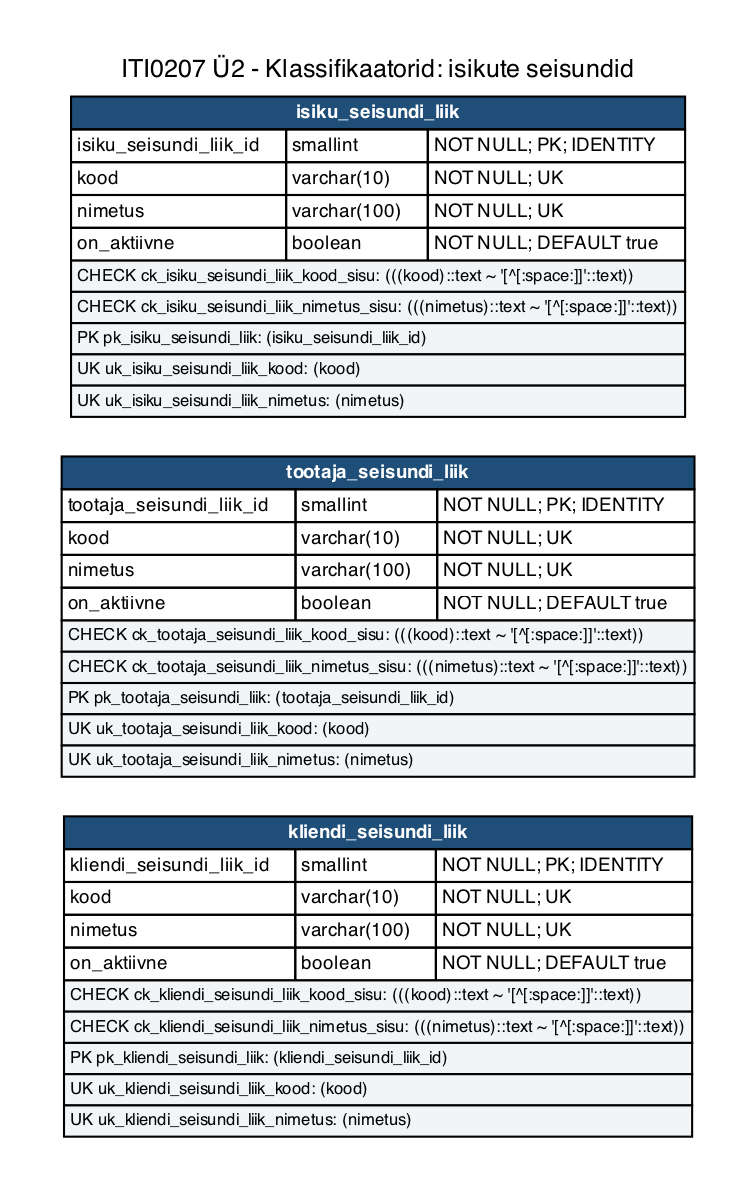
Above: iti0207-epood/docs/diagrams/u2-01a-klassifikaatorid-isikuseisundid.png in tamkivi/andmebaasid-projekt (Graphviz), before the change. Its source is kept beside it as iti0207-epood/docs/diagrams/u2-01a-klassifikaatorid-isikuseisundid.dot.
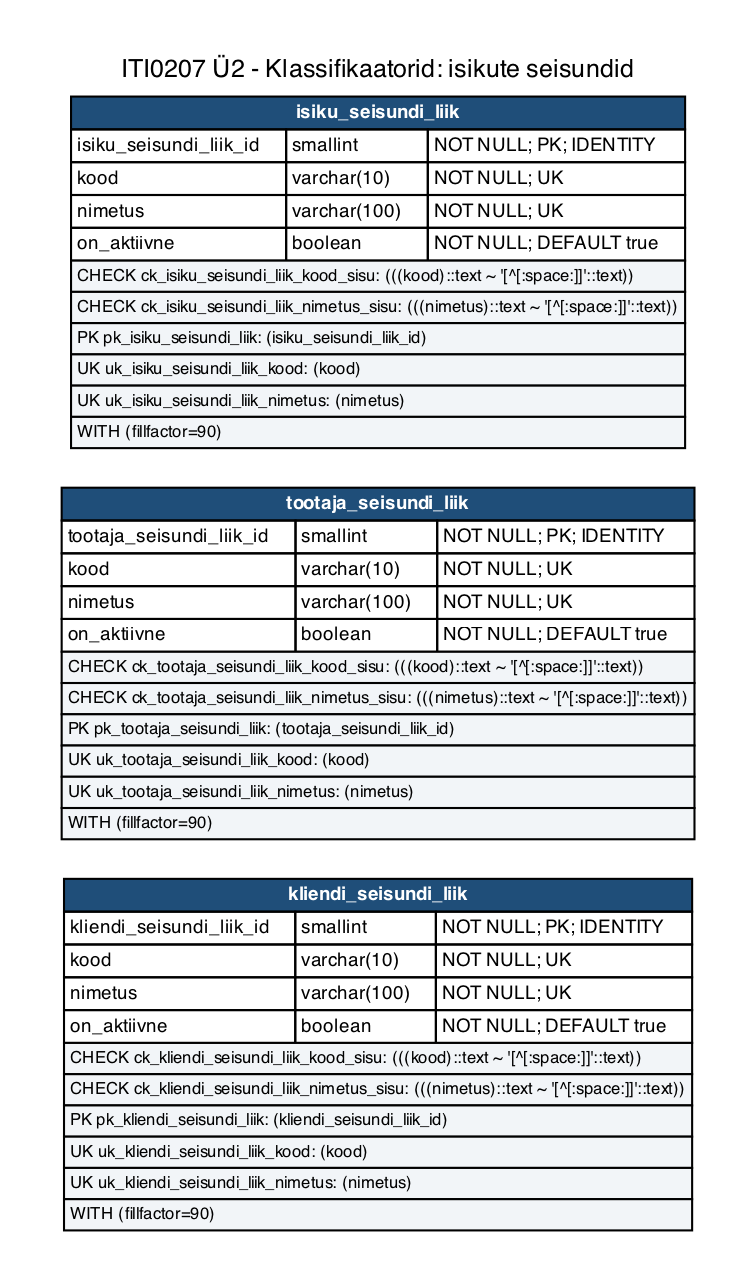
After the change.

Change to the diagram source:
```diff
@@ -5,9 +5,9 @@
   edge [color="#667788", dir=none, fontsize=8, fontname=Helvetica];
   labelloc="t";
   label="ITI0207 Ü2 - Klassifikaatorid: isikute seisundid";
-  "isiku_seisundi_liik" [label=<<TABLE BORDER="0" CELLBORDER="1" CELLSPACING="0" CELLPADDING="2"><TR><TD COLSPAN="3" BGCOLOR="#1f4e79"><FONT COLOR="white"><B>isiku_seisundi_liik</B></FONT></TD></TR><TR><TD ALIGN="LEFT">isiku_seisundi_liik_id</TD><TD ALIGN="LEFT">smallint</TD><TD ALIGN="LEFT">NOT NULL; PK; IDENTITY</TD></TR><TR><TD ALIGN="LEFT">kood</TD><TD ALIGN="LEFT">varchar(10)</TD><TD ALIGN="LEFT">NOT NULL; UK</TD></TR><TR><TD ALIGN="LEFT">nimetus</TD><TD ALIGN="LEFT">varchar(100)</TD><TD ALIGN="LEFT">NOT NULL; UK</TD></TR><TR><TD ALIGN="LEFT">on_aktiivne</TD><TD ALIGN="LEFT">boolean</TD><TD ALIGN="LEFT">NOT NULL; DEFAULT true</TD></TR><TR><TD COLSPAN="3" ALIGN="LEFT" BGCOLOR="#f2f5f8"><FONT POINT-SIZE="8">CHECK ck_isiku_seisundi_liik_kood_sisu: (((kood)::text ~ &#x27;[^[:space:]]&#x27;::text))</FONT></TD></TR><TR><TD COLSPAN="3" ALIGN="LEFT" BGCOLOR="#f2f5f8"><FONT POINT-SIZE="8">CHECK ck_isiku_seisundi_liik_nimetus_sisu: (((nimetus)::text ~ &#x27;[^[:space:]]&#x27;::text))</FONT></TD></TR><TR><TD COLSPAN="3" ALIGN="LEFT" BGCOLOR="#f2f5f8"><FONT POINT-SIZE="8">PK pk_isiku_seisundi_liik: (isiku_seisundi_liik_id)</FONT></TD></TR><TR><TD COLSPAN="3" ALIGN="LEFT" BGCOLOR="#f2f5f8"><FONT POINT-SIZE="8">UK uk_isiku_seisundi_liik_kood: (kood)</FONT></TD></TR><TR><TD COLSPAN="3" ALIGN="LEFT" BGCOLOR="#f2f5f8"><FONT POINT-SIZE="8">UK uk_isiku_seisundi_liik_nimetus: (nimetus)</FONT></TD></TR></TABLE>>];
-  "tootaja_seisundi_liik" [label=<<TABLE BORDER="0" CELLBORDER="1" CELLSPACING="0" CELLPADDING="2"><TR><TD COLSPAN="3" BGCOLOR="#1f4e79"><FONT COLOR="white"><B>tootaja_seisundi_liik</B></FONT></TD></TR><TR><TD ALIGN="LEFT">tootaja_seisundi_liik_id</TD><TD ALIGN="LEFT">smallint</TD><TD ALIGN="LEFT">NOT NULL; PK; IDENTITY</TD></TR><TR><TD ALIGN="LEFT">kood</TD><TD ALIGN="LEFT">varchar(10)</TD><TD ALIGN="LEFT">NOT NULL; UK</TD></TR><TR><TD ALIGN="LEFT">nimetus</TD><TD ALIGN="LEFT">varchar(100)</TD><TD ALIGN="LEFT">NOT NULL; UK</TD></TR><TR><TD ALIGN="LEFT">on_aktiivne</TD><TD ALIGN="LEFT">boolean</TD><TD ALIGN="LEFT">NOT NULL; DEFAULT true</TD></TR><TR><TD COLSPAN="3" ALIGN="LEFT" BGCOLOR="#f2f5f8"><FONT POINT-SIZE="8">CHECK ck_tootaja_seisundi_liik_kood_sisu: (((kood)::text ~ &#x27;[^[:space:]]&#x27;::text))</FONT></TD></TR><TR><TD COLSPAN="3" ALIGN="LEFT" BGCOLOR="#f2f5f8"><FONT POINT-SIZE="8">CHECK ck_tootaja_seisundi_liik_nimetus_sisu: (((nimetus)::text ~ &#x27;[^[:space:]]&#x27;::text))</FONT></TD></TR><TR><TD COLSPAN="3" ALIGN="LEFT" BGCOLOR="#f2f5f8"><FONT POINT-SIZE="8">PK pk_tootaja_seisundi_liik: (tootaja_seisundi_liik_id)</FONT></TD></TR><TR><TD COLSPAN="3" ALIGN="LEFT" BGCOLOR="#f2f5f8"><FONT POINT-SIZE="8">UK uk_tootaja_seisundi_liik_kood: (kood)</FONT></TD></TR><TR><TD COLSPAN="3" ALIGN="LEFT" BGCOLOR="#f2f5f8"><FONT POINT-SIZE="8">UK uk_tootaja_seisundi_liik_nimetus: (nimetus)</FONT></TD></TR></TABLE>>];
-  "kliendi_seisundi_liik" [label=<<TABLE BORDER="0" CELLBORDER="1" CELLSPACING="0" CELLPADDING="2"><TR><TD COLSPAN="3" BGCOLOR="#1f4e79"><FONT COLOR="white"><B>kliendi_seisundi_liik</B></FONT></TD></TR><TR><TD ALIGN="LEFT">kliendi_seisundi_liik_id</TD><TD ALIGN="LEFT">smallint</TD><TD ALIGN="LEFT">NOT NULL; PK; IDENTITY</TD></TR><TR><TD ALIGN="LEFT">kood</TD><TD ALIGN="LEFT">varchar(10)</TD><TD ALIGN="LEFT">NOT NULL; UK</TD></TR><TR><TD ALIGN="LEFT">nimetus</TD><TD ALIGN="LEFT">varchar(100)</TD><TD ALIGN="LEFT">NOT NULL; UK</TD></TR><TR><TD ALIGN="LEFT">on_aktiivne</TD><TD ALIGN="LEFT">boolean</TD><TD ALIGN="LEFT">NOT NULL; DEFAULT true</TD></TR><TR><TD COLSPAN="3" ALIGN="LEFT" BGCOLOR="#f2f5f8"><FONT POINT-SIZE="8">CHECK ck_kliendi_seisundi_liik_kood_sisu: (((kood)::text ~ &#x27;[^[:space:]]&#x27;::text))</FONT></TD></TR><TR><TD COLSPAN="3" ALIGN="LEFT" BGCOLOR="#f2f5f8"><FONT POINT-SIZE="8">CHECK ck_kliendi_seisundi_liik_nimetus_sisu: (((nimetus)::text ~ &#x27;[^[:space:]]&#x27;::text))</FONT></TD></TR><TR><TD COLSPAN="3" ALIGN="LEFT" BGCOLOR="#f2f5f8"><FONT POINT-SIZE="8">PK pk_kliendi_seisundi_liik: (kliendi_seisundi_liik_id)</FONT></TD></TR><TR><TD COLSPAN="3" ALIGN="LEFT" BGCOLOR="#f2f5f8"><FONT POINT-SIZE="8">UK uk_kliendi_seisundi_liik_kood: (kood)</FONT></TD></TR><TR><TD COLSPAN="3" ALIGN="LEFT" BGCOLOR="#f2f5f8"><FONT POINT-SIZE="8">UK uk_kliendi_seisundi_liik_nimetus: (nimetus)</FONT></TD></TR></TABLE>>];
+  "isiku_seisundi_liik" [label=<<TABLE BORDER="0" CELLBORDER="1" CELLSPACING="0" CELLPADDING="2"><TR><TD COLSPAN="3" BGCOLOR="#1f4e79"><FONT COLOR="white"><B>isiku_seisundi_liik</B></FONT></TD></TR><TR><TD ALIGN="LEFT">isiku_seisundi_liik_id</TD><TD ALIGN="LEFT">smallint</TD><TD ALIGN="LEFT">NOT NULL; PK; IDENTITY</TD></TR><TR><TD ALIGN="LEFT">kood</TD><TD ALIGN="LEFT">varchar(10)</TD><TD ALIGN="LEFT">NOT NULL; UK</TD></TR><TR><TD ALIGN="LEFT">nimetus</TD><TD ALIGN="LEFT">varchar(100)</TD><TD ALIGN="LEFT">NOT NULL; UK</TD></TR><TR><TD ALIGN="LEFT">on_aktiivne</TD><TD ALIGN="LEFT">boolean</TD><TD ALIGN="LEFT">NOT NULL; DEFAULT true</TD></TR><TR><TD COLSPAN="3" ALIGN="LEFT" BGCOLOR="#f2f5f8"><FONT POINT-SIZE="8">CHECK ck_isiku_seisundi_liik_kood_sisu: (((kood)::text ~ &#x27;[^[:space:]]&#x27;::text))</FONT></TD></TR><TR><TD COLSPAN="3" ALIGN="LEFT" BGCOLOR="#f2f5f8"><FONT POINT-SIZE="8">CHECK ck_isiku_seisundi_liik_nimetus_sisu: (((nimetus)::text ~ &#x27;[^[:space:]]&#x27;::text))</FONT></TD></TR><TR><TD COLSPAN="3" ALIGN="LEFT" BGCOLOR="#f2f5f8"><FONT POINT-SIZE="8">PK pk_isiku_seisundi_liik: (isiku_seisundi_liik_id)</FONT></TD></TR><TR><TD COLSPAN="3" ALIGN="LEFT" BGCOLOR="#f2f5f8"><FONT POINT-SIZE="8">UK uk_isiku_seisundi_liik_kood: (kood)</FONT></TD></TR><TR><TD COLSPAN="3" ALIGN="LEFT" BGCOLOR="#f2f5f8"><FONT POINT-SIZE="8">UK uk_isiku_seisundi_liik_nimetus: (nimetus)</FONT></TD></TR><TR><TD COLSPAN="3" ALIGN="LEFT" BGCOLOR="#f2f5f8"><FONT POINT-SIZE="8">WITH (fillfactor=90)</FONT></TD></TR></TABLE>>];
+  "tootaja_seisundi_liik" [label=<<TABLE BORDER="0" CELLBORDER="1" CELLSPACING="0" CELLPADDING="2"><TR><TD COLSPAN="3" BGCOLOR="#1f4e79"><FONT COLOR="white"><B>tootaja_seisundi_liik</B></FONT></TD></TR><TR><TD ALIGN="LEFT">tootaja_seisundi_liik_id</TD><TD ALIGN="LEFT">smallint</TD><TD ALIGN="LEFT">NOT NULL; PK; IDENTITY</TD></TR><TR><TD ALIGN="LEFT">kood</TD><TD ALIGN="LEFT">varchar(10)</TD><TD ALIGN="LEFT">NOT NULL; UK</TD></TR><TR><TD ALIGN="LEFT">nimetus</TD><TD ALIGN="LEFT">varchar(100)</TD><TD ALIGN="LEFT">NOT NULL; UK</TD></TR><TR><TD ALIGN="LEFT">on_aktiivne</TD><TD ALIGN="LEFT">boolean</TD><TD ALIGN="LEFT">NOT NULL; DEFAULT true</TD></TR><TR><TD COLSPAN="3" ALIGN="LEFT" BGCOLOR="#f2f5f8"><FONT POINT-SIZE="8">CHECK ck_tootaja_seisundi_liik_kood_sisu: (((kood)::text ~ &#x27;[^[:space:]]&#x27;::text))</FONT></TD></TR><TR><TD COLSPAN="3" ALIGN="LEFT" BGCOLOR="#f2f5f8"><FONT POINT-SIZE="8">CHECK ck_tootaja_seisundi_liik_nimetus_sisu: (((nimetus)::text ~ &#x27;[^[:space:]]&#x27;::text))</FONT></TD></TR><TR><TD COLSPAN="3" ALIGN="LEFT" BGCOLOR="#f2f5f8"><FONT POINT-SIZE="8">PK pk_tootaja_seisundi_liik: (tootaja_seisundi_liik_id)</FONT></TD></TR><TR><TD COLSPAN="3" ALIGN="LEFT" BGCOLOR="#f2f5f8"><FONT POINT-SIZE="8">UK uk_tootaja_seisundi_liik_kood: (kood)</FONT></TD></TR><TR><TD COLSPAN="3" ALIGN="LEFT" BGCOLOR="#f2f5f8"><FONT POINT-SIZE="8">UK uk_tootaja_seisundi_liik_nimetus: (nimetus)</FONT></TD></TR><TR><TD COLSPAN="3" ALIGN="LEFT" BGCOLOR="#f2f5f8"><FONT POINT-SIZE="8">WITH (fillfactor=90)</FONT></TD></TR></TABLE>>];
+  "kliendi_seisundi_liik" [label=<<TABLE BORDER="0" CELLBORDER="1" CELLSPACING="0" CELLPADDING="2"><TR><TD COLSPAN="3" BGCOLOR="#1f4e79"><FONT COLOR="white"><B>kliendi_seisundi_liik</B></FONT></TD></TR><TR><TD ALIGN="LEFT">kliendi_seisundi_liik_id</TD><TD ALIGN="LEFT">smallint</TD><TD ALIGN="LEFT">NOT NULL; PK; IDENTITY</TD></TR><TR><TD ALIGN="LEFT">kood</TD><TD ALIGN="LEFT">varchar(10)</TD><TD ALIGN="LEFT">NOT NULL; UK</TD></TR><TR><TD ALIGN="LEFT">nimetus</TD><TD ALIGN="LEFT">varchar(100)</TD><TD ALIGN="LEFT">NOT NULL; UK</TD></TR><TR><TD ALIGN="LEFT">on_aktiivne</TD><TD ALIGN="LEFT">boolean</TD><TD ALIGN="LEFT">NOT NULL; DEFAULT true</TD></TR><TR><TD COLSPAN="3" ALIGN="LEFT" BGCOLOR="#f2f5f8"><FONT POINT-SIZE="8">CHECK ck_kliendi_seisundi_liik_kood_sisu: (((kood)::text ~ &#x27;[^[:space:]]&#x27;::text))</FONT></TD></TR><TR><TD COLSPAN="3" ALIGN="LEFT" BGCOLOR="#f2f5f8"><FONT POINT-SIZE="8">CHECK ck_kliendi_seisundi_liik_nimetus_sisu: (((nimetus)::text ~ &#x27;[^[:space:]]&#x27;::text))</FONT></TD></TR><TR><TD COLSPAN="3" ALIGN="LEFT" BGCOLOR="#f2f5f8"><FONT POINT-SIZE="8">PK pk_kliendi_seisundi_liik: (kliendi_seisundi_liik_id)</FONT></TD></TR><TR><TD COLSPAN="3" ALIGN="LEFT" BGCOLOR="#f2f5f8"><FONT POINT-SIZE="8">UK uk_kliendi_seisundi_liik_kood: (kood)</FONT></TD></TR><TR><TD COLSPAN="3" ALIGN="LEFT" BGCOLOR="#f2f5f8"><FONT POINT-SIZE="8">UK uk_kliendi_seisundi_liik_nimetus: (nimetus)</FONT></TD></TR><TR><TD COLSPAN="3" ALIGN="LEFT" BGCOLOR="#f2f5f8"><FONT POINT-SIZE="8">WITH (fillfactor=90)</FONT></TD></TR></TABLE>>];
   "isiku_seisundi_liik" -> "tootaja_seisundi_liik" [style=invis, weight=100];
   "tootaja_seisundi_liik" -> "kliendi_seisundi_liik" [style=invis, weight=100];
 }
```
